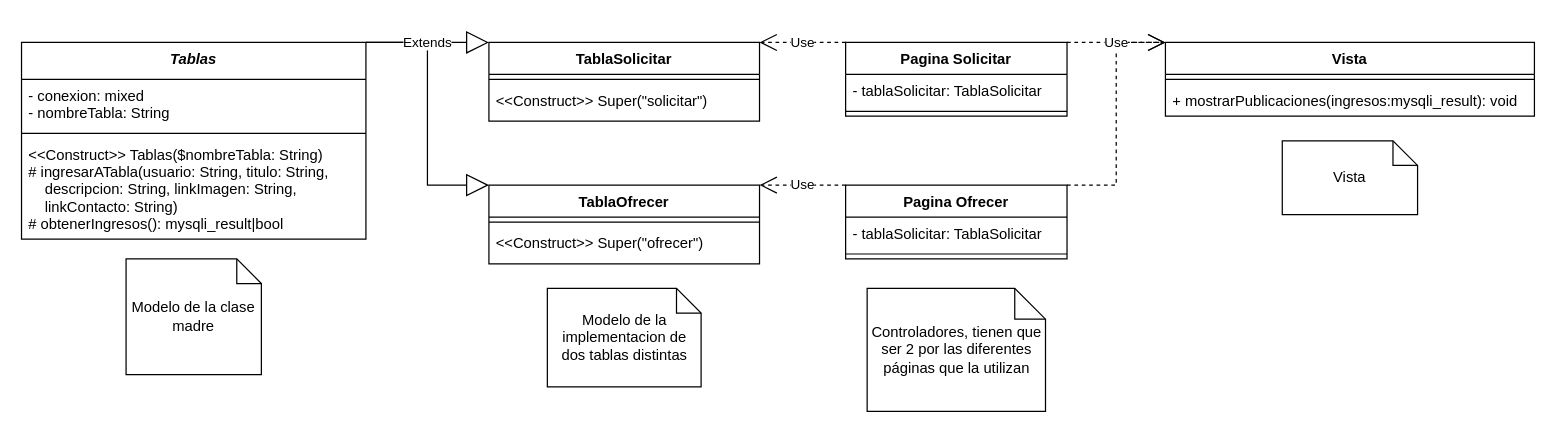
Above: Disenio/Nug.get.drawio in FranzCastillo-zz/nug.get (draw.io), before the change. Source tidied: cells renumbered, new cells numbered last; positions are measured from the earlier drawing's top-left corner, leaving out a move shared by most shapes. Both pictures are drawn from the tidied source at 123%, with x=0, y=0 at pixel (21, 42).
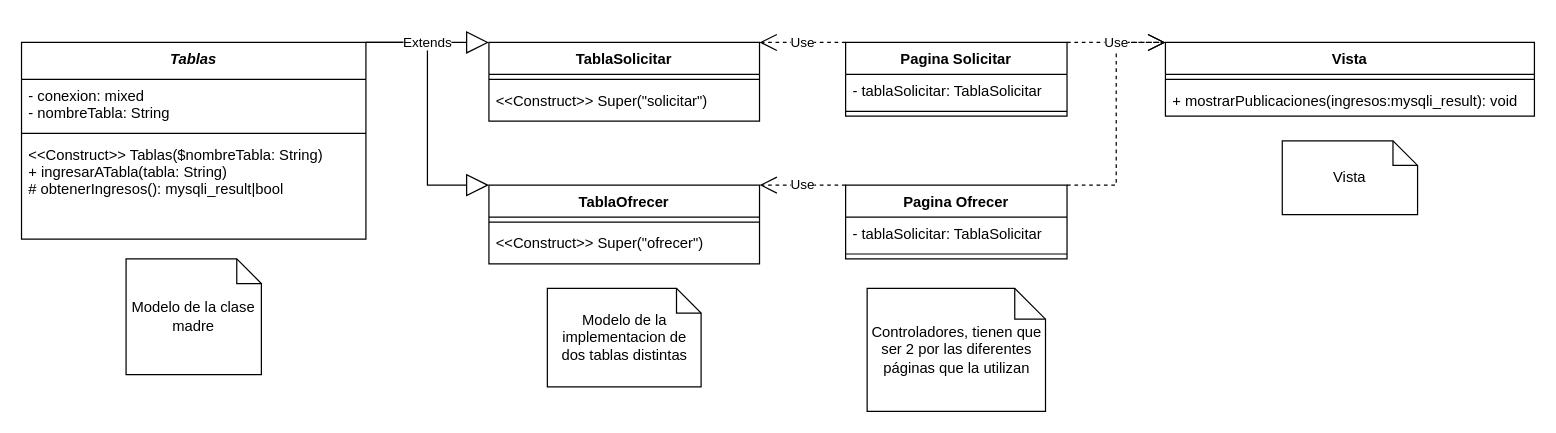
The same diagram, later.

Commit message:
Actualización del UML

Se corrigió la función "ingresarATabla"

Unchanged cells that the change refers to:
```xml
<mxCell id="2" value="Tablas" style="swimlane;fontStyle=3;align=center;verticalAlign=top;horizontal=1;startSize=30;" parent="1" vertex="1">
  <mxGeometry width="280" height="160" as="geometry" />
</mxCell>
```

Diff of the diagram source:
```diff
@@
-    <mxCell id="5" value="&lt;&lt;Construct&gt;&gt; Tablas($nombreTabla: String)&#10;# ingresarATabla(usuario: String, titulo: String, &#10;    descripcion: String, linkImagen: String, &#10;    linkContacto: String)&#10;# obtenerIngresos(): mysqli_result|bool" style="text;strokeColor=none;fillColor=none;align=left;verticalAlign=top;spacingLeft=4;spacingRight=4;overflow=hidden;" parent="2" vertex="1">
+    <mxCell id="5" value="&lt;&lt;Construct&gt;&gt; Tablas($nombreTabla: String)&#10;+ ingresarATabla(tabla: String)&#10;# obtenerIngresos(): mysqli_result|bool" style="text;strokeColor=none;fillColor=none;align=left;verticalAlign=top;spacingLeft=4;spacingRight=4;overflow=hidden;" parent="2" vertex="1">
       <mxGeometry y="78" width="280" height="82" as="geometry" />
     </mxCell>
```
